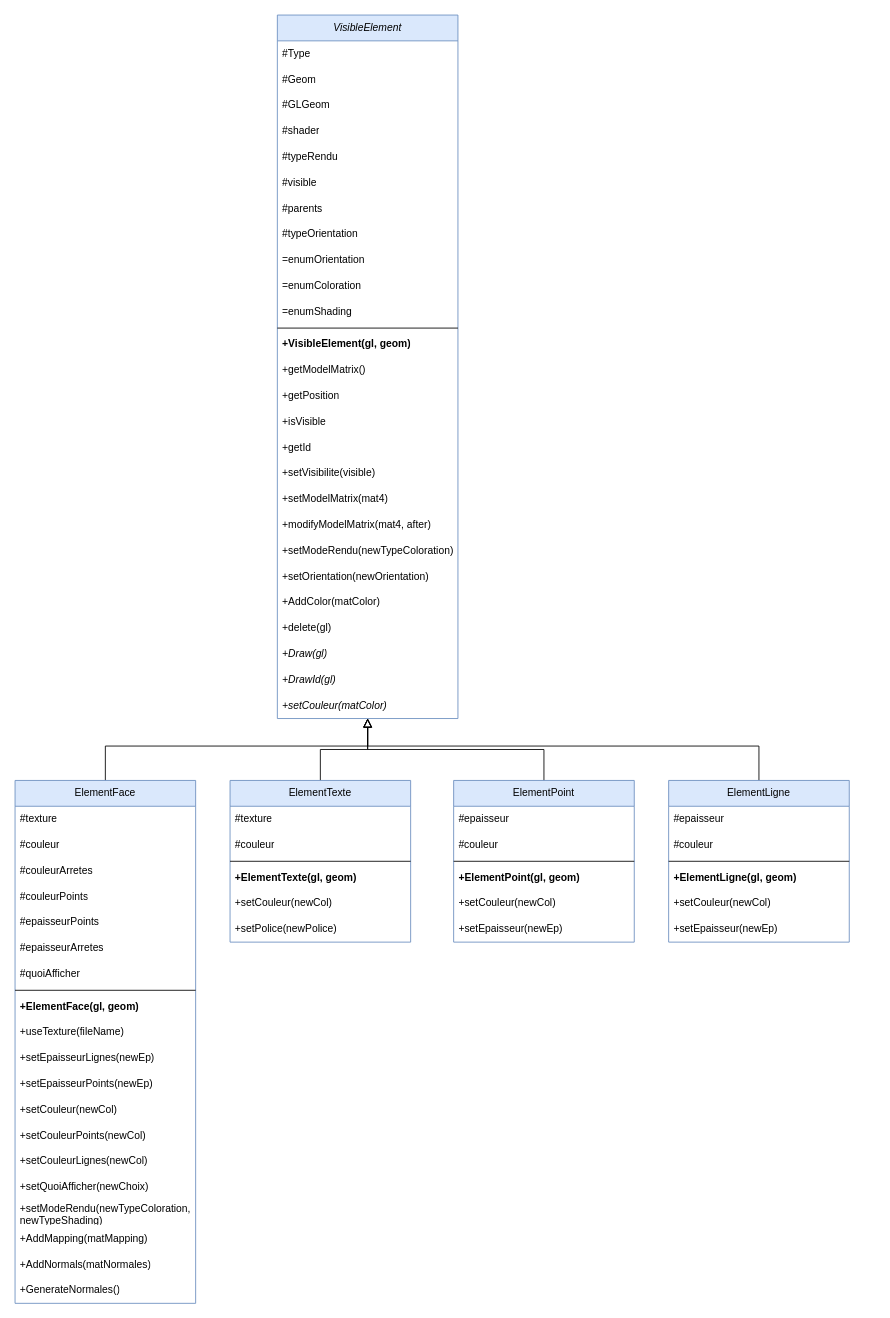
Above: Architecture/elements.drawio in Alex4969/OpenGL_MatlabToolbox (draw.io), before the change. Source tidied: cells renumbered, new cells numbered last; positions are measured from the earlier drawing's top-left corner, leaving out a move shared by most shapes. Both pictures are drawn from the tidied source at 86%, with x=0, y=0 at pixel (15, 15).
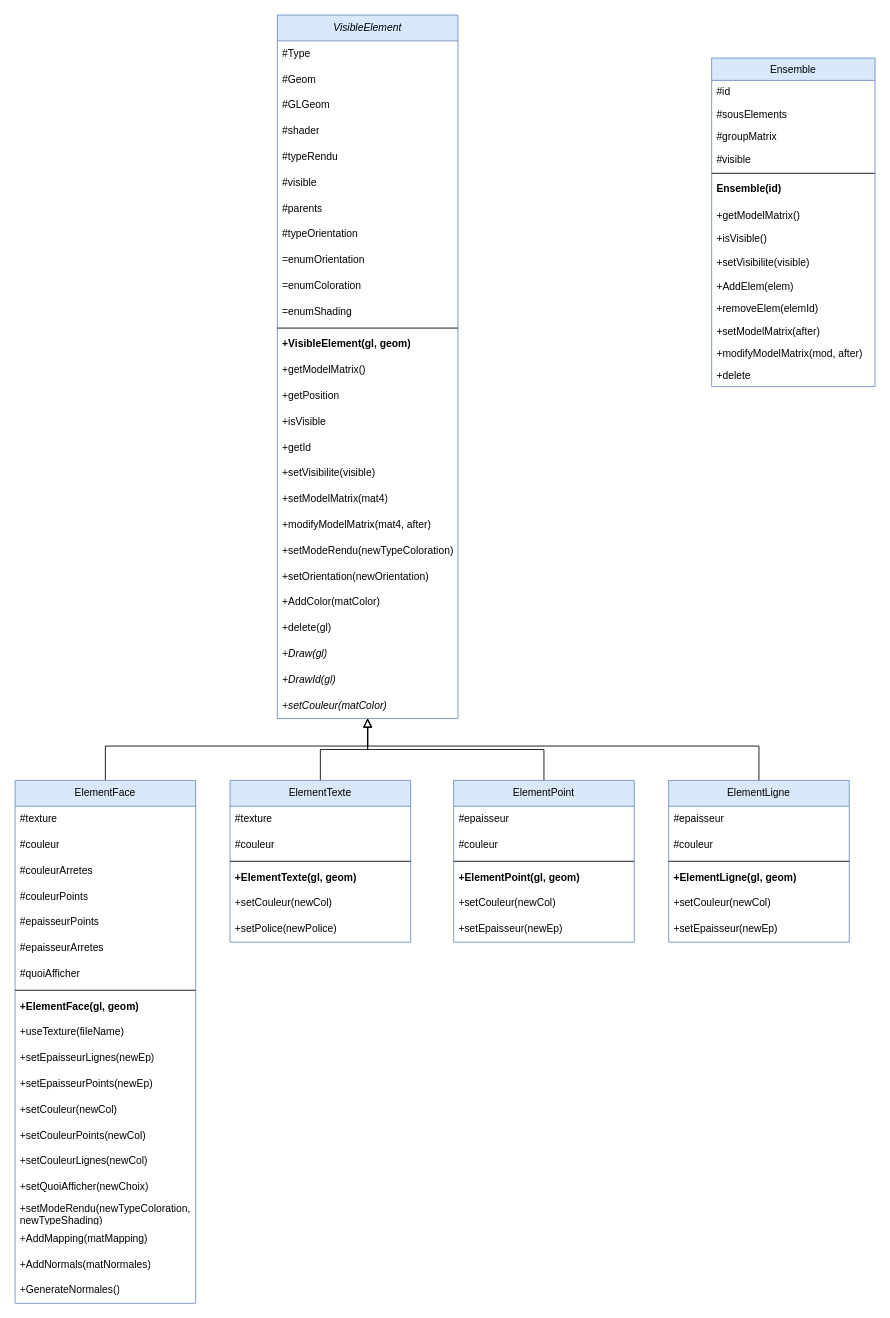
Above is the later version.

What changed in the source:
```diff
@@
+    <mxCell id="76" value="Ensemble" style="swimlane;fontStyle=0;align=center;verticalAlign=top;horizontal=1;startSize=26;rounded=0;shadow=0;strokeWidth=1;fillColor=#dae8fc;strokeColor=#6c8ebf;" parent="1" vertex="1">
+      <mxGeometry x="810" y="50" width="190" height="382" as="geometry" />
+    </mxCell>
+    <mxCell id="77" value="#id" style="text;align=left;verticalAlign=top;spacingLeft=4;spacingRight=4;overflow=hidden;" parent="76" vertex="1">
+      <mxGeometry y="26" width="190" height="26" as="geometry" />
+    </mxCell>
+    <mxCell id="78" value="#sousElements" style="text;align=left;verticalAlign=top;spacingLeft=4;spacingRight=4;overflow=hidden;" parent="76" vertex="1">
+      <mxGeometry y="52" width="190" height="26" as="geometry" />
+    </mxCell>
+    <mxCell id="79" value="#groupMatrix" style="text;align=left;verticalAlign=top;spacingLeft=4;spacingRight=4;overflow=hidden;" parent="76" vertex="1">
+      <mxGeometry y="78" width="190" height="26" as="geometry" />
+    </mxCell>
+    <mxCell id="80" value="#visible" style="text;align=left;verticalAlign=top;spacingLeft=4;spacingRight=4;overflow=hidden;" parent="76" vertex="1">
+      <mxGeometry y="104" width="190" height="26" as="geometry" />
+    </mxCell>
+    <mxCell id="81" style="line;html=1;strokeWidth=1;align=left;verticalAlign=middle;spacingTop=-1;spacingLeft=3;spacingRight=3;labelPosition=right;" parent="76" vertex="1">
+      <mxGeometry y="130" width="190" height="8" as="geometry" />
+    </mxCell>
+    <mxCell id="82" value="Ensemble(id)" style="text;align=left;verticalAlign=top;spacingLeft=4;spacingRight=4;overflow=hidden;rounded=0;shadow=0;html=0;fontStyle=1;" parent="76" vertex="1">
+      <mxGeometry y="138" width="190" height="32" as="geometry" />
+    </mxCell>
+    <mxCell id="83" value="+getModelMatrix()" style="text;align=left;verticalAlign=top;spacingLeft=4;spacingRight=4;overflow=hidden;" parent="76" vertex="1">
+      <mxGeometry y="170" width="190" height="26" as="geometry" />
+    </mxCell>
+    <mxCell id="84" value="+isVisible()" style="text;align=left;verticalAlign=top;spacingLeft=4;spacingRight=4;overflow=hidden;" parent="76" vertex="1">
+      <mxGeometry y="196" width="190" height="28" as="geometry" />
+    </mxCell>
+    <mxCell id="85" value="+setVisibilite(visible)" style="text;align=left;verticalAlign=top;spacingLeft=4;spacingRight=4;overflow=hidden;" parent="76" vertex="1">
+      <mxGeometry y="224" width="190" height="28" as="geometry" />
+    </mxCell>
+    <mxCell id="86" value="+AddElem(elem)" style="text;align=left;verticalAlign=top;spacingLeft=4;spacingRight=4;overflow=hidden;" parent="76" vertex="1">
+      <mxGeometry y="252" width="190" height="26" as="geometry" />
+    </mxCell>
+    <mxCell id="87" value="+removeElem(elemId)" style="text;align=left;verticalAlign=top;spacingLeft=4;spacingRight=4;overflow=hidden;" parent="76" vertex="1">
+      <mxGeometry y="278" width="190" height="26" as="geometry" />
+    </mxCell>
+    <mxCell id="88" value="+setModelMatrix(after)" style="text;align=left;verticalAlign=top;spacingLeft=4;spacingRight=4;overflow=hidden;" parent="76" vertex="1">
+      <mxGeometry y="304" width="190" height="26" as="geometry" />
+    </mxCell>
+    <mxCell id="89" value="+modifyModelMatrix(mod, after)" style="text;align=left;verticalAlign=top;spacingLeft=4;spacingRight=4;overflow=hidden;" parent="76" vertex="1">
+      <mxGeometry y="330" width="190" height="26" as="geometry" />
+    </mxCell>
+    <mxCell id="90" value="+delete" style="text;align=left;verticalAlign=top;spacingLeft=4;spacingRight=4;overflow=hidden;" parent="76" vertex="1">
+      <mxGeometry y="356" width="190" height="26" as="geometry" />
+    </mxCell>
```
